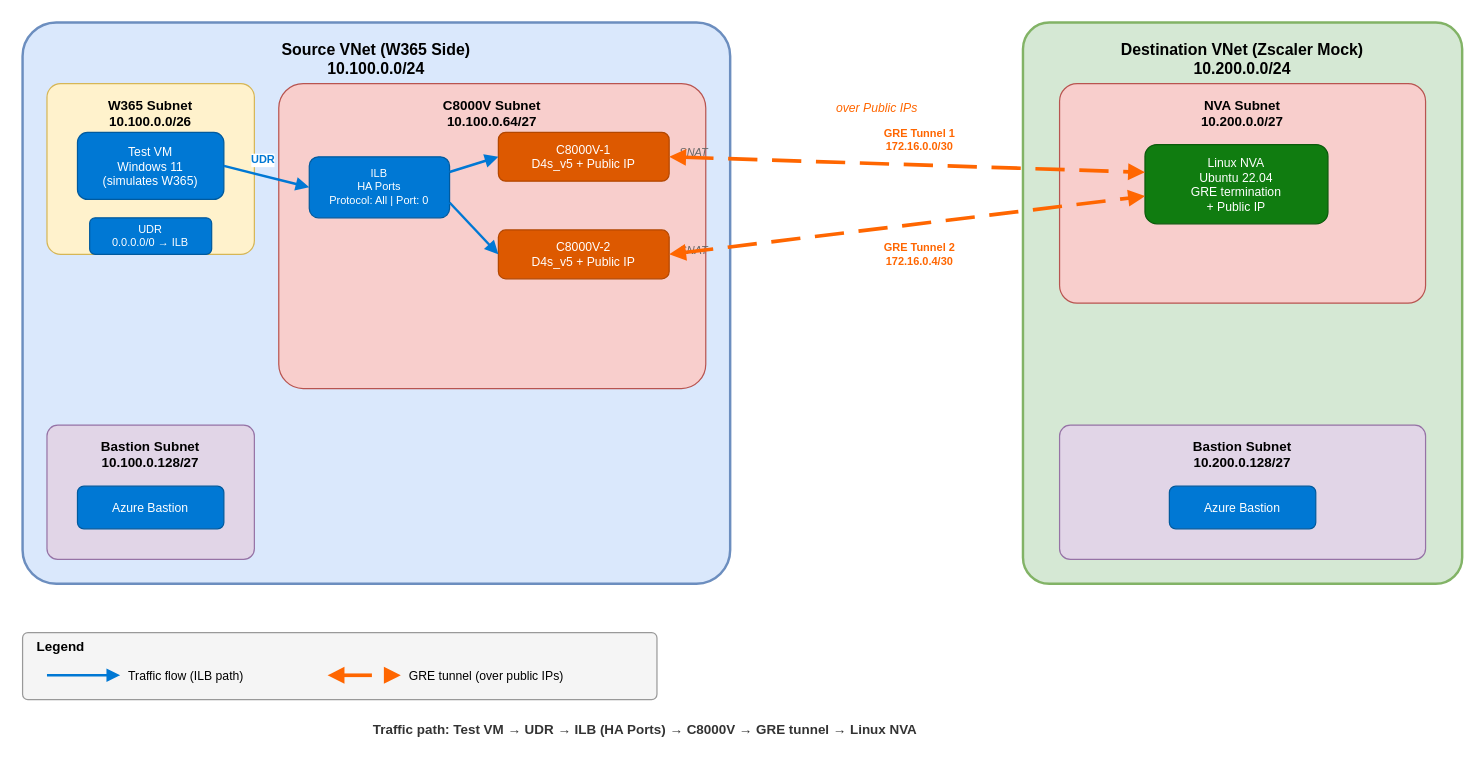
colinweiner111/azure-w365-zscaler-networking-lab keeps this draw.io diagram as images/lab-topology.drawio. Above is the earlier version. Source tidied: cells renumbered, new cells numbered last; positions are measured from the earlier drawing's top-left corner, leaving out a move shared by most shapes. Both pictures are drawn from the tidied source at 122%, with x=0, y=0 at pixel (22, 22).
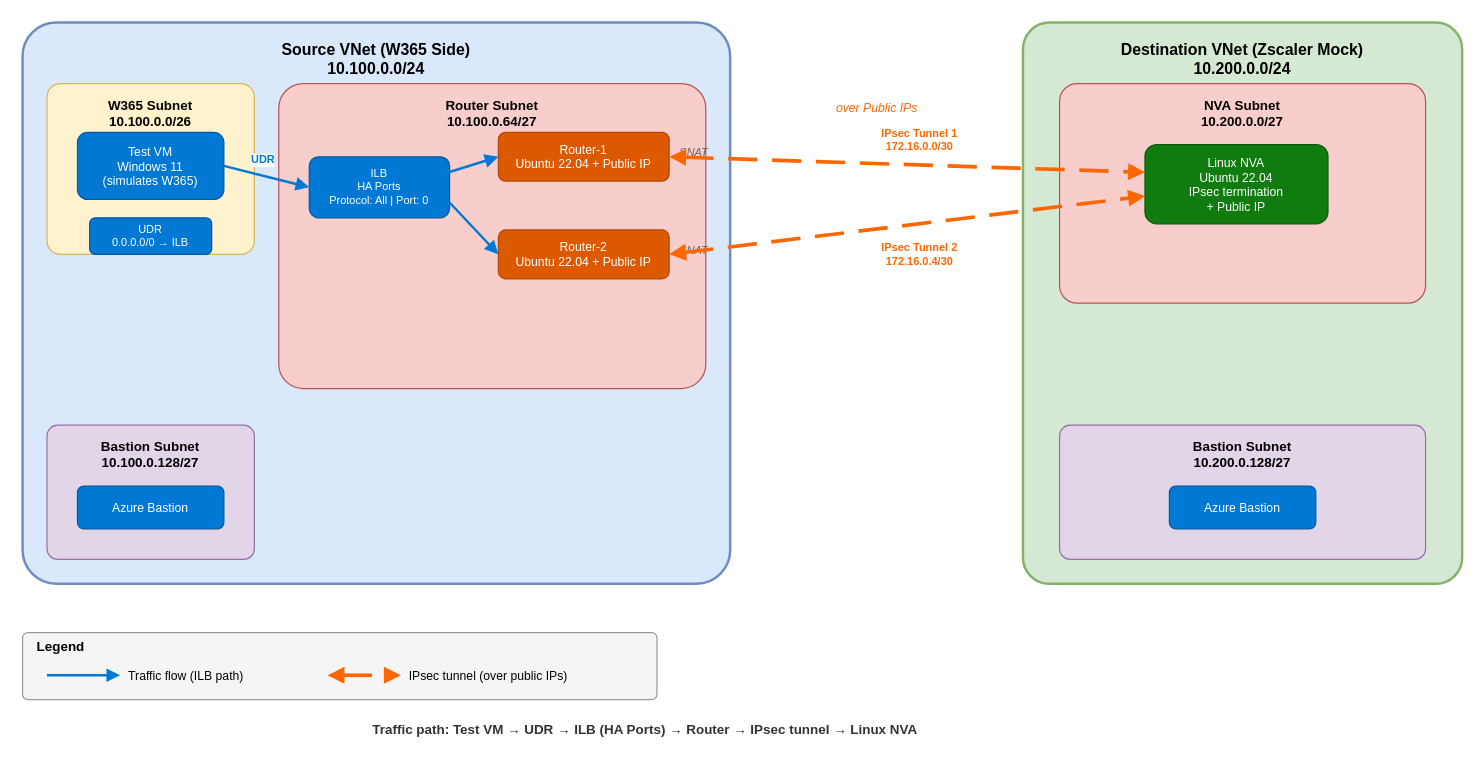
Above is the later version.

The change refers to these unchanged cells:
```xml
<mxCell id="23" style="endArrow=block;endFill=1;startArrow=block;startFill=1;strokeColor=#FF6600;strokeWidth=3;dashed=1;dashPattern=8 4;exitX=1;exitY=0.5;exitDx=0;exitDy=0;entryX=0;entryY=0.35;entryDx=0;entryDy=0;" parent="1" edge="1" source="8" target="16">
  <mxGeometry relative="1" as="geometry" />
</mxCell>
<mxCell id="25" style="endArrow=block;endFill=1;startArrow=block;startFill=1;strokeColor=#FF6600;strokeWidth=3;dashed=1;dashPattern=8 4;exitX=1;exitY=0.5;exitDx=0;exitDy=0;entryX=0;entryY=0.65;entryDx=0;entryDy=0;" parent="1" edge="1" source="9" target="16">
  <mxGeometry relative="1" as="geometry" />
</mxCell>
```

Diff of the diagram source:
```diff
@@
-    <mxCell id="6" value="C8000V Subnet&#10;10.100.0.64/27" style="rounded=1;whiteSpace=wrap;html=1;fillColor=#f8cecc;strokeColor=#b85450;strokeWidth=1;verticalAlign=top;spacingTop=5;fontStyle=1;fontSize=11;arcSize=8;" parent="1" vertex="1">
+    <mxCell id="6" value="Router Subnet&#10;10.100.0.64/27" style="rounded=1;whiteSpace=wrap;html=1;fillColor=#f8cecc;strokeColor=#b85450;strokeWidth=1;verticalAlign=top;spacingTop=5;fontStyle=1;fontSize=11;arcSize=8;" parent="1" vertex="1">
       <mxGeometry x="210" y="50" width="350" height="250" as="geometry" />
     </mxCell>
@@
-    <mxCell id="8" value="C8000V-1&#10;D4s_v5 + Public IP" style="rounded=1;whiteSpace=wrap;html=1;fillColor=#DD5900;fontColor=#ffffff;strokeColor=#b34700;strokeWidth=1;fontSize=10;fontStyle=0;" parent="1" vertex="1">
+    <mxCell id="8" value="Router-1&#10;Ubuntu 22.04 + Public IP" style="rounded=1;whiteSpace=wrap;html=1;fillColor=#DD5900;fontColor=#ffffff;strokeColor=#b34700;strokeWidth=1;fontSize=10;fontStyle=0;" parent="1" vertex="1">
       <mxGeometry x="390" y="90" width="140" height="40" as="geometry" />
     </mxCell>
-    <mxCell id="9" value="C8000V-2&#10;D4s_v5 + Public IP" style="rounded=1;whiteSpace=wrap;html=1;fillColor=#DD5900;fontColor=#ffffff;strokeColor=#b34700;strokeWidth=1;fontSize=10;fontStyle=0;" parent="1" vertex="1">
+    <mxCell id="9" value="Router-2&#10;Ubuntu 22.04 + Public IP" style="rounded=1;whiteSpace=wrap;html=1;fillColor=#DD5900;fontColor=#ffffff;strokeColor=#b34700;strokeWidth=1;fontSize=10;fontStyle=0;" parent="1" vertex="1">
       <mxGeometry x="390" y="170" width="140" height="40" as="geometry" />
     </mxCell>
@@
-    <mxCell id="16" value="Linux NVA&#10;Ubuntu 22.04&#10;GRE termination&#10;+ Public IP" style="rounded=1;whiteSpace=wrap;html=1;fillColor=#107C10;fontColor=#ffffff;strokeColor=#0b5a0b;strokeWidth=1;fontSize=10;fontStyle=0;" parent="1" vertex="1">
+    <mxCell id="16" value="Linux NVA&#10;Ubuntu 22.04&#10;IPsec termination&#10;+ Public IP" style="rounded=1;whiteSpace=wrap;html=1;fillColor=#107C10;fontColor=#ffffff;strokeColor=#0b5a0b;strokeWidth=1;fontSize=10;fontStyle=0;" parent="1" vertex="1">
       <mxGeometry x="920" y="100" width="150" height="65" as="geometry" />
     </mxCell>
@@
-    <mxCell id="24" value="GRE Tunnel 1&#10;172.16.0.0/30" style="edgeLabel;html=1;align=center;verticalAlign=bottom;fontSize=9;fontStyle=1;fontColor=#FF6600;" parent="23" vertex="1">
-      <mxGeometry x="0.05" relative="1" as="geometry">
-        <mxPoint y="-8" as="offset" />
-      </mxGeometry>
-    </mxCell>
+    <mxCell id="35" value="IPsec Tunnel 1&#10;172.16.0.0/30" style="edgeLabel;html=1;align=center;verticalAlign=bottom;fontSize=9;fontStyle=1;fontColor=#FF6600;" parent="23" vertex="1">
+      <mxGeometry x="0.05" relative="1" as="geometry">
+        <mxPoint y="-8" as="offset" />
+      </mxGeometry>
+    </mxCell>
@@
-    <mxCell id="26" value="GRE Tunnel 2&#10;172.16.0.4/30" style="edgeLabel;html=1;align=center;verticalAlign=top;fontSize=9;fontStyle=1;fontColor=#FF6600;" parent="25" vertex="1">
-      <mxGeometry x="0.05" relative="1" as="geometry">
-        <mxPoint y="8" as="offset" />
-      </mxGeometry>
-    </mxCell>
+    <mxCell id="36" value="IPsec Tunnel 2&#10;172.16.0.4/30" style="edgeLabel;html=1;align=center;verticalAlign=top;fontSize=9;fontStyle=1;fontColor=#FF6600;" parent="25" vertex="1">
+      <mxGeometry x="0.05" relative="1" as="geometry">
+        <mxPoint y="8" as="offset" />
+      </mxGeometry>
+    </mxCell>
@@
-    <mxCell id="32" style="endArrow=block;endFill=1;startArrow=block;startFill=1;strokeColor=#FF6600;strokeWidth=3;dashed=1;dashPattern=8 4;" parent="1" edge="1">
-      <mxGeometry relative="1" as="geometry">
-        <mxPoint x="250" y="535" as="sourcePoint" />
-        <mxPoint x="310" y="535" as="targetPoint" />
-      </mxGeometry>
-    </mxCell>
-    <mxCell id="33" value="GRE tunnel (over public IPs)" style="text;html=1;align=left;verticalAlign=middle;strokeColor=none;fillColor=none;fontSize=10;" parent="1" vertex="1">
-      <mxGeometry x="315" y="525" width="170" height="20" as="geometry" />
-    </mxCell>
+    <mxCell id="37" style="endArrow=block;endFill=1;startArrow=block;startFill=1;strokeColor=#FF6600;strokeWidth=3;dashed=1;dashPattern=8 4;" parent="1" edge="1">
+      <mxGeometry relative="1" as="geometry">
+        <mxPoint x="250" y="535" as="sourcePoint" />
+        <mxPoint x="310" y="535" as="targetPoint" />
+      </mxGeometry>
+    </mxCell>
+    <mxCell id="38" value="IPsec tunnel (over public IPs)" style="text;html=1;align=left;verticalAlign=middle;strokeColor=none;fillColor=none;fontSize=10;" parent="1" vertex="1">
+      <mxGeometry x="315" y="525" width="170" height="20" as="geometry" />
+    </mxCell>
-    <mxCell id="34" value="Traffic path:  Test VM → UDR → ILB (HA Ports) → C8000V → GRE tunnel → Linux NVA" style="text;html=1;align=center;verticalAlign=middle;strokeColor=none;fillColor=none;fontSize=11;fontStyle=1;fontColor=#333333;" parent="1" vertex="1">
+    <mxCell id="34" value="Traffic path:  Test VM → UDR → ILB (HA Ports) → Router → IPsec tunnel → Linux NVA" style="text;html=1;align=center;verticalAlign=middle;strokeColor=none;fillColor=none;fontSize=11;fontStyle=1;fontColor=#333333;" parent="1" vertex="1">
       <mxGeometry x="270" y="570" width="480" height="20" as="geometry" />
     </mxCell>
```
